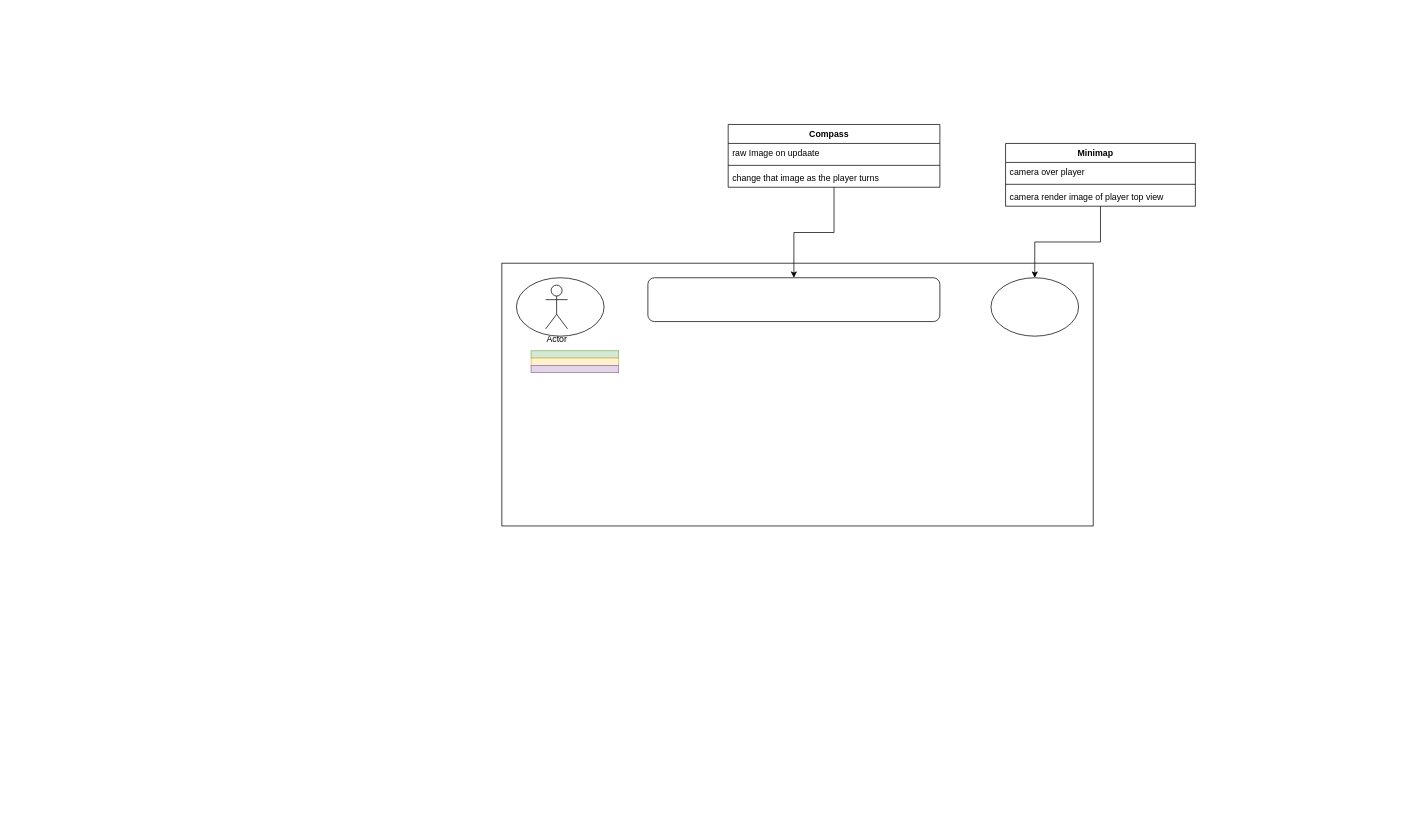
Above: Assessment 2 charcon and hud.drawio in AlyxLion/GUI-Assessment-1- (draw.io), before the change. Source tidied: cells renumbered, new cells numbered last; positions are measured from the earlier drawing's top-left corner, leaving out a move shared by most shapes. Both pictures are drawn from the tidied source at 73%, with x=0, y=0 at pixel (502, 124).
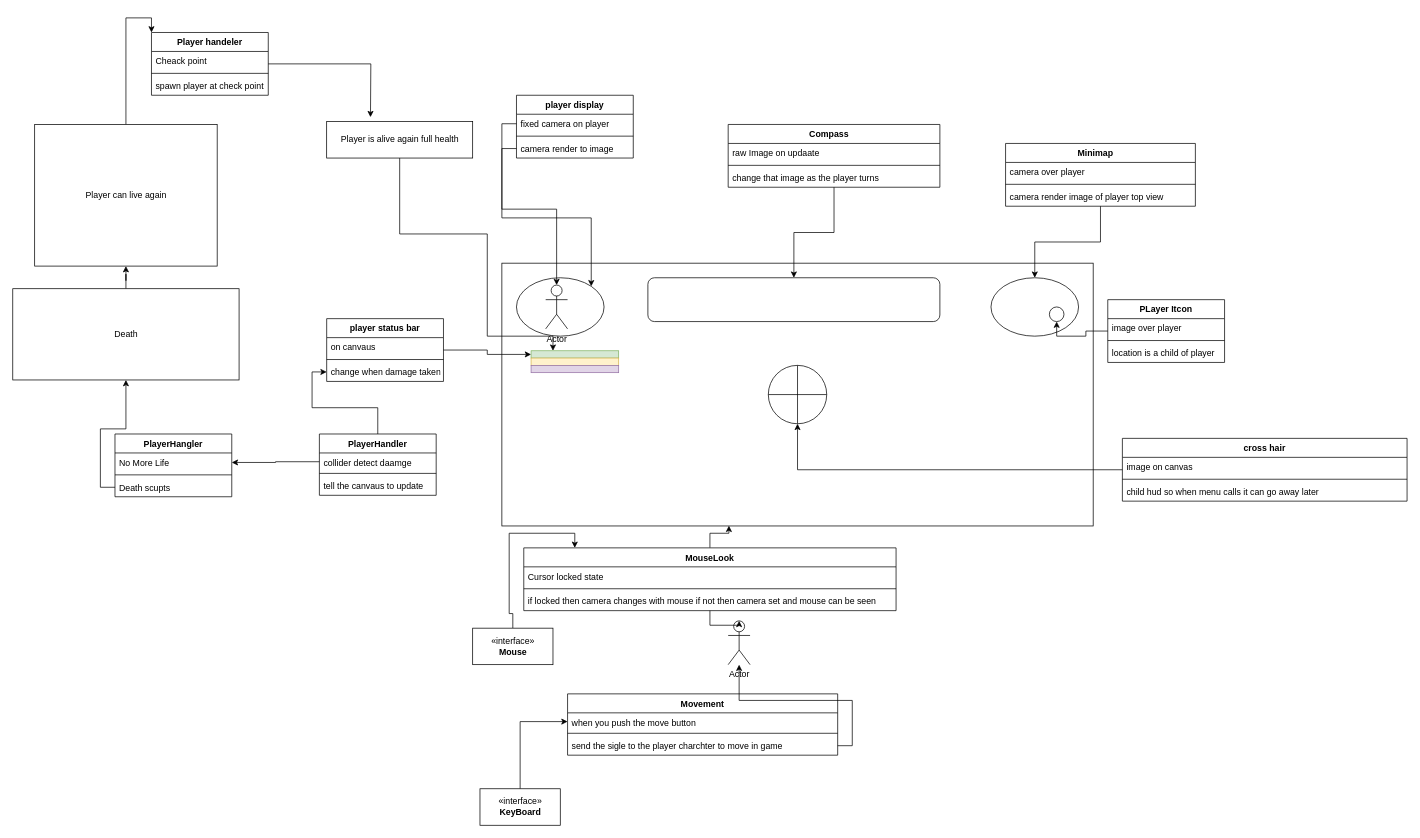
After the change.

Unchanged cells that the change refers to:
```xml
<mxCell id="2" style="rounded=0;whiteSpace=wrap;html=1;" parent="1" vertex="1">
  <mxGeometry y="190" width="810" height="360" as="geometry" />
</mxCell>
<mxCell id="4" style="ellipse;whiteSpace=wrap;html=1;" parent="1" vertex="1">
  <mxGeometry x="20" y="210" width="120" height="80" as="geometry" />
</mxCell>
<mxCell id="5" value="Actor" style="shape=umlActor;verticalLabelPosition=bottom;verticalAlign=top;html=1;outlineConnect=0;" parent="1" vertex="1">
  <mxGeometry x="60" y="220" width="30" height="60" as="geometry" />
</mxCell>
<mxCell id="6" style="rounded=0;whiteSpace=wrap;html=1;fillColor=#d5e8d4;strokeColor=#82b366;" parent="1" vertex="1">
  <mxGeometry x="40" y="310" width="120" height="10" as="geometry" />
</mxCell>
```

Change to the diagram source:
```diff
@@
+    <mxCell id="20" style="ellipse;whiteSpace=wrap;html=1;" parent="1" vertex="1">
+      <mxGeometry x="750" y="250" width="20" height="20" as="geometry" />
+    </mxCell>
+    <mxCell id="21" style="edgeStyle=orthogonalEdgeStyle;rounded=0;jettySize=auto;html=1;entryX=0.5;entryY=1;entryDx=0;entryDy=0;" parent="1" edge="1" source="22" target="20">
+      <mxGeometry relative="1" as="geometry" />
+    </mxCell>
+    <mxCell id="22" value="PLayer Itcon" style="swimlane;fontStyle=1;align=center;verticalAlign=top;horizontal=1;startSize=26;" parent="1" vertex="1">
+      <mxGeometry x="830" y="240" width="160" height="86" as="geometry" />
+    </mxCell>
+    <mxCell id="23" value="image over player" style="text;strokeColor=none;fillColor=none;align=left;verticalAlign=top;spacingLeft=4;spacingRight=4;overflow=hidden;" parent="22" vertex="1">
+      <mxGeometry y="26" width="160" height="26" as="geometry" />
+    </mxCell>
+    <mxCell id="24" style="line;strokeWidth=1;fillColor=none;align=left;verticalAlign=middle;spacingTop=-1;spacingLeft=3;spacingRight=3;labelPosition=right;" parent="22" vertex="1">
+      <mxGeometry y="52" width="160" height="8" as="geometry" />
+    </mxCell>
+    <mxCell id="25" value="location is a child of player" style="text;strokeColor=none;fillColor=none;align=left;verticalAlign=top;spacingLeft=4;spacingRight=4;overflow=hidden;" parent="22" vertex="1">
+      <mxGeometry y="60" width="160" height="26" as="geometry" />
+    </mxCell>
+    <mxCell id="26" style="shape=orEllipse;perimeter=ellipsePerimeter;whiteSpace=wrap;html=1;backgroundOutline=1;" parent="1" vertex="1">
+      <mxGeometry x="365" y="330" width="80" height="80" as="geometry" />
+    </mxCell>
+    <mxCell id="27" style="edgeStyle=orthogonalEdgeStyle;rounded=0;jettySize=auto;html=1;" parent="1" edge="1" source="28" target="26">
+      <mxGeometry relative="1" as="geometry" />
+    </mxCell>
+    <mxCell id="28" value="cross hair" style="swimlane;fontStyle=1;align=center;verticalAlign=top;horizontal=1;startSize=26;" parent="1" vertex="1">
+      <mxGeometry x="850" y="430" width="390" height="86" as="geometry" />
+    </mxCell>
+    <mxCell id="29" value="image on canvas" style="text;strokeColor=none;fillColor=none;align=left;verticalAlign=top;spacingLeft=4;spacingRight=4;overflow=hidden;" parent="28" vertex="1">
+      <mxGeometry y="26" width="390" height="26" as="geometry" />
+    </mxCell>
+    <mxCell id="30" style="line;strokeWidth=1;fillColor=none;align=left;verticalAlign=middle;spacingTop=-1;spacingLeft=3;spacingRight=3;labelPosition=right;" parent="28" vertex="1">
+      <mxGeometry y="52" width="390" height="8" as="geometry" />
+    </mxCell>
+    <mxCell id="31" value="child hud so when menu calls it can go away later" style="text;strokeColor=none;fillColor=none;align=left;verticalAlign=top;spacingLeft=4;spacingRight=4;overflow=hidden;" parent="28" vertex="1">
+      <mxGeometry y="60" width="390" height="26" as="geometry" />
+    </mxCell>
+    <mxCell id="32" value="player display" style="swimlane;fontStyle=1;align=center;verticalAlign=top;horizontal=1;startSize=26;" parent="1" vertex="1">
+      <mxGeometry x="20" y="-40" width="160" height="86" as="geometry" />
+    </mxCell>
+    <mxCell id="33" value="fixed camera on player " style="text;strokeColor=none;fillColor=none;align=left;verticalAlign=top;spacingLeft=4;spacingRight=4;overflow=hidden;points=[[0,0.5],[1,0.5]];portConstraint=eastwest;" parent="32" vertex="1">
+      <mxGeometry y="26" width="160" height="26" as="geometry" />
+    </mxCell>
+    <mxCell id="34" style="line;strokeWidth=1;fillColor=none;align=left;verticalAlign=middle;spacingTop=-1;spacingLeft=3;spacingRight=3;labelPosition=right;" parent="32" vertex="1">
+      <mxGeometry y="52" width="160" height="8" as="geometry" />
+    </mxCell>
+    <mxCell id="35" value="camera render to image" style="text;strokeColor=none;fillColor=none;align=left;verticalAlign=top;spacingLeft=4;spacingRight=4;overflow=hidden;points=[[0,0.5],[1,0.5]];portConstraint=eastwest;" parent="32" vertex="1">
+      <mxGeometry y="60" width="160" height="26" as="geometry" />
+    </mxCell>
+    <mxCell id="36" style="edgeStyle=orthogonalEdgeStyle;rounded=0;jettySize=auto;html=1;entryX=1;entryY=0;entryDx=0;entryDy=0;" parent="1" edge="1" source="35" target="4">
+      <mxGeometry relative="1" as="geometry" />
+    </mxCell>
+    <mxCell id="37" style="edgeStyle=orthogonalEdgeStyle;rounded=0;jettySize=auto;html=1;" parent="1" edge="1" source="33" target="5">
+      <mxGeometry relative="1" as="geometry" />
+    </mxCell>
+    <mxCell id="38" style="edgeStyle=orthogonalEdgeStyle;rounded=0;jettySize=auto;html=1;" parent="1" edge="1" source="39" target="6">
+      <mxGeometry relative="1" as="geometry" />
+    </mxCell>
+    <mxCell id="39" value="player status bar" style="swimlane;fontStyle=1;align=center;verticalAlign=top;horizontal=1;startSize=26;" parent="1" vertex="1">
+      <mxGeometry x="-240" y="266" width="160" height="86" as="geometry" />
+    </mxCell>
+    <mxCell id="40" value="on canvaus " style="text;strokeColor=none;fillColor=none;align=left;verticalAlign=top;spacingLeft=4;spacingRight=4;overflow=hidden;" parent="39" vertex="1">
+      <mxGeometry y="26" width="160" height="26" as="geometry" />
+    </mxCell>
+    <mxCell id="41" style="line;strokeWidth=1;fillColor=none;align=left;verticalAlign=middle;spacingTop=-1;spacingLeft=3;spacingRight=3;labelPosition=right;" parent="39" vertex="1">
+      <mxGeometry y="52" width="160" height="8" as="geometry" />
+    </mxCell>
+    <mxCell id="42" value="change when damage taken" style="text;strokeColor=none;fillColor=none;align=left;verticalAlign=top;spacingLeft=4;spacingRight=4;overflow=hidden;points=[[0,0.5],[1,0.5]];portConstraint=eastwest;" parent="39" vertex="1">
+      <mxGeometry y="60" width="160" height="26" as="geometry" />
+    </mxCell>
+    <mxCell id="43" style="edgeStyle=orthogonalEdgeStyle;rounded=0;jettySize=auto;html=1;" parent="1" edge="1" source="44" target="42">
+      <mxGeometry relative="1" as="geometry" />
+    </mxCell>
+    <mxCell id="44" value="PlayerHandler" style="swimlane;fontStyle=1;align=center;verticalAlign=top;horizontal=1;startSize=26;" parent="1" vertex="1">
+      <mxGeometry x="-250" y="424" width="160" height="84" as="geometry" />
+    </mxCell>
+    <mxCell id="45" value="collider detect daamge " style="text;strokeColor=none;fillColor=none;align=left;verticalAlign=top;spacingLeft=4;spacingRight=4;overflow=hidden;points=[[0,0.5],[1,0.5]];portConstraint=eastwest;" parent="44" vertex="1">
+      <mxGeometry y="26" width="160" height="24" as="geometry" />
+    </mxCell>
+    <mxCell id="46" style="line;strokeWidth=1;fillColor=none;align=left;verticalAlign=middle;spacingTop=-1;spacingLeft=3;spacingRight=3;labelPosition=right;" parent="44" vertex="1">
+      <mxGeometry y="50" width="160" height="8" as="geometry" />
+    </mxCell>
+    <mxCell id="47" value="tell the canvaus to update" style="text;strokeColor=none;fillColor=none;align=left;verticalAlign=top;spacingLeft=4;spacingRight=4;overflow=hidden;" parent="44" vertex="1">
+      <mxGeometry y="58" width="160" height="26" as="geometry" />
+    </mxCell>
+    <mxCell id="48" value="Actor" style="shape=umlActor;verticalLabelPosition=bottom;verticalAlign=top;html=1;outlineConnect=0;" parent="1" vertex="1">
+      <mxGeometry x="310" y="680" width="30" height="60" as="geometry" />
+    </mxCell>
+    <mxCell id="49" style="edgeStyle=orthogonalEdgeStyle;rounded=0;jettySize=auto;html=1;entryX=0.384;entryY=0.999;entryDx=0;entryDy=0;entryPerimeter=0;" parent="1" edge="1" source="51" target="2">
+      <mxGeometry relative="1" as="geometry" />
+    </mxCell>
+    <mxCell id="50" style="edgeStyle=orthogonalEdgeStyle;rounded=0;jettySize=auto;html=1;" parent="1" edge="1" source="51" target="48">
+      <mxGeometry relative="1" as="geometry" />
+    </mxCell>
+    <mxCell id="51" value="MouseLook" style="swimlane;fontStyle=1;align=center;verticalAlign=top;horizontal=1;startSize=26;" parent="1" vertex="1">
+      <mxGeometry x="30" y="580" width="510" height="86" as="geometry" />
+    </mxCell>
+    <mxCell id="52" value="Cursor locked state" style="text;strokeColor=none;fillColor=none;align=left;verticalAlign=top;spacingLeft=4;spacingRight=4;overflow=hidden;" parent="51" vertex="1">
+      <mxGeometry y="26" width="510" height="26" as="geometry" />
+    </mxCell>
+    <mxCell id="53" style="line;strokeWidth=1;fillColor=none;align=left;verticalAlign=middle;spacingTop=-1;spacingLeft=3;spacingRight=3;labelPosition=right;" parent="51" vertex="1">
+      <mxGeometry y="52" width="510" height="8" as="geometry" />
+    </mxCell>
+    <mxCell id="54" value="if locked then camera changes with mouse if not then camera set and mouse can be seen " style="text;strokeColor=none;fillColor=none;align=left;verticalAlign=top;spacingLeft=4;spacingRight=4;overflow=hidden;" parent="51" vertex="1">
+      <mxGeometry y="60" width="510" height="26" as="geometry" />
+    </mxCell>
+    <mxCell id="55" value="Movement" style="swimlane;fontStyle=1;align=center;verticalAlign=top;horizontal=1;startSize=26;" parent="1" vertex="1">
+      <mxGeometry x="90" y="780" width="370" height="84" as="geometry" />
+    </mxCell>
+    <mxCell id="56" value="when you push the move button" style="text;strokeColor=none;fillColor=none;align=left;verticalAlign=top;spacingLeft=4;spacingRight=4;overflow=hidden;points=[[0,0.5],[1,0.5]];portConstraint=eastwest;" parent="55" vertex="1">
+      <mxGeometry y="26" width="370" height="24" as="geometry" />
+    </mxCell>
+    <mxCell id="57" style="line;strokeWidth=1;fillColor=none;align=left;verticalAlign=middle;spacingTop=-1;spacingLeft=3;spacingRight=3;labelPosition=right;" parent="55" vertex="1">
+      <mxGeometry y="50" width="370" height="8" as="geometry" />
+    </mxCell>
+    <mxCell id="58" value="send the sigle to the player charchter to move in game" style="text;strokeColor=none;fillColor=none;align=left;verticalAlign=top;spacingLeft=4;spacingRight=4;overflow=hidden;points=[[0,0.5],[1,0.5]];portConstraint=eastwest;" parent="55" vertex="1">
+      <mxGeometry y="58" width="370" height="26" as="geometry" />
+    </mxCell>
+    <mxCell id="59" style="edgeStyle=orthogonalEdgeStyle;rounded=0;jettySize=auto;html=1;" parent="1" edge="1" source="58" target="48">
+      <mxGeometry relative="1" as="geometry" />
+    </mxCell>
+    <mxCell id="60" style="edgeStyle=orthogonalEdgeStyle;rounded=0;jettySize=auto;html=1;entryX=0;entryY=0.5;entryDx=0;entryDy=0;" parent="1" edge="1" source="61" target="56">
+      <mxGeometry relative="1" as="geometry" />
+    </mxCell>
+    <mxCell id="61" value="«interface»&lt;br&gt;&lt;b&gt;KeyBoard&lt;/b&gt;" style="html=1;" parent="1" vertex="1">
+      <mxGeometry x="-30" y="910" width="110" height="50" as="geometry" />
+    </mxCell>
+    <mxCell id="62" style="edgeStyle=orthogonalEdgeStyle;rounded=0;jettySize=auto;html=1;entryX=0.137;entryY=0;entryDx=0;entryDy=0;entryPerimeter=0;" parent="1" edge="1" source="63" target="51">
+      <mxGeometry relative="1" as="geometry" />
+    </mxCell>
+    <mxCell id="63" value="«interface»&lt;br&gt;&lt;b&gt;Mouse&lt;/b&gt;" style="html=1;" parent="1" vertex="1">
+      <mxGeometry x="-40" y="690" width="110" height="50" as="geometry" />
+    </mxCell>
+    <mxCell id="64" value="PlayerHangler " style="swimlane;fontStyle=1;align=center;verticalAlign=top;horizontal=1;startSize=26;" parent="1" vertex="1">
+      <mxGeometry x="-530" y="424" width="160" height="86" as="geometry" />
+    </mxCell>
+    <mxCell id="65" value="No More Life" style="text;strokeColor=none;fillColor=none;align=left;verticalAlign=top;spacingLeft=4;spacingRight=4;overflow=hidden;points=[[0,0.5],[1,0.5]];portConstraint=eastwest;" parent="64" vertex="1">
+      <mxGeometry y="26" width="160" height="26" as="geometry" />
+    </mxCell>
+    <mxCell id="66" style="line;strokeWidth=1;fillColor=none;align=left;verticalAlign=middle;spacingTop=-1;spacingLeft=3;spacingRight=3;labelPosition=right;" parent="64" vertex="1">
+      <mxGeometry y="52" width="160" height="8" as="geometry" />
+    </mxCell>
+    <mxCell id="67" value="Death scupts" style="text;strokeColor=none;fillColor=none;align=left;verticalAlign=top;spacingLeft=4;spacingRight=4;overflow=hidden;points=[[0,0.5],[1,0.5]];portConstraint=eastwest;" parent="64" vertex="1">
+      <mxGeometry y="60" width="160" height="26" as="geometry" />
+    </mxCell>
+    <mxCell id="68" style="edgeStyle=orthogonalEdgeStyle;rounded=0;jettySize=auto;html=1;" parent="1" edge="1" source="45" target="65">
+      <mxGeometry relative="1" as="geometry" />
+    </mxCell>
+    <mxCell id="69" style="edgeStyle=orthogonalEdgeStyle;rounded=0;jettySize=auto;html=1;" parent="1" edge="1" source="70" target="78">
+      <mxGeometry relative="1" as="geometry" />
+    </mxCell>
+    <mxCell id="70" value="Death" style="html=1;" parent="1" vertex="1">
+      <mxGeometry x="-670" y="225" width="310" height="125" as="geometry" />
+    </mxCell>
+    <mxCell id="71" style="edgeStyle=orthogonalEdgeStyle;rounded=0;jettySize=auto;html=1;" parent="1" edge="1" source="67" target="70">
+      <mxGeometry relative="1" as="geometry" />
+    </mxCell>
+    <mxCell id="72" style="edgeStyle=orthogonalEdgeStyle;rounded=0;jettySize=auto;html=1;" parent="1" edge="1" source="73">
+      <mxGeometry relative="1" as="geometry">
+        <mxPoint x="-180" y="-10" as="targetPoint" />
+      </mxGeometry>
+    </mxCell>
+    <mxCell id="73" value="Player handeler" style="swimlane;fontStyle=1;align=center;verticalAlign=top;horizontal=1;startSize=26;" parent="1" vertex="1">
+      <mxGeometry x="-480" y="-126" width="160" height="86" as="geometry" />
+    </mxCell>
+    <mxCell id="74" value="Cheack point " style="text;strokeColor=none;fillColor=none;align=left;verticalAlign=top;spacingLeft=4;spacingRight=4;overflow=hidden;" parent="73" vertex="1">
+      <mxGeometry y="26" width="160" height="26" as="geometry" />
+    </mxCell>
+    <mxCell id="75" style="line;strokeWidth=1;fillColor=none;align=left;verticalAlign=middle;spacingTop=-1;spacingLeft=3;spacingRight=3;labelPosition=right;" parent="73" vertex="1">
+      <mxGeometry y="52" width="160" height="8" as="geometry" />
+    </mxCell>
+    <mxCell id="76" value="spawn player at check point " style="text;strokeColor=none;fillColor=none;align=left;verticalAlign=top;spacingLeft=4;spacingRight=4;overflow=hidden;" parent="73" vertex="1">
+      <mxGeometry y="60" width="160" height="26" as="geometry" />
+    </mxCell>
+    <mxCell id="77" style="edgeStyle=orthogonalEdgeStyle;rounded=0;jettySize=auto;html=1;entryX=0;entryY=0;entryDx=0;entryDy=0;" parent="1" edge="1" source="78" target="73">
+      <mxGeometry relative="1" as="geometry" />
+    </mxCell>
+    <mxCell id="78" value="Player can live again " style="html=1;" parent="1" vertex="1">
+      <mxGeometry x="-640" width="250" height="194" as="geometry" />
+    </mxCell>
+    <mxCell id="79" style="edgeStyle=orthogonalEdgeStyle;rounded=0;jettySize=auto;html=1;entryX=0.25;entryY=0;entryDx=0;entryDy=0;" parent="1" edge="1" source="80" target="6">
+      <mxGeometry relative="1" as="geometry">
+        <Array as="points">
+          <mxPoint x="-140" y="150" />
+          <mxPoint x="-20" y="150" />
+          <mxPoint x="-20" y="290" />
+          <mxPoint x="70" y="290" />
+        </Array>
+      </mxGeometry>
+    </mxCell>
+    <mxCell id="80" value="Player is alive again full health " style="html=1;" parent="1" vertex="1">
+      <mxGeometry x="-240" y="-4" width="200" height="50" as="geometry" />
+    </mxCell>
```
